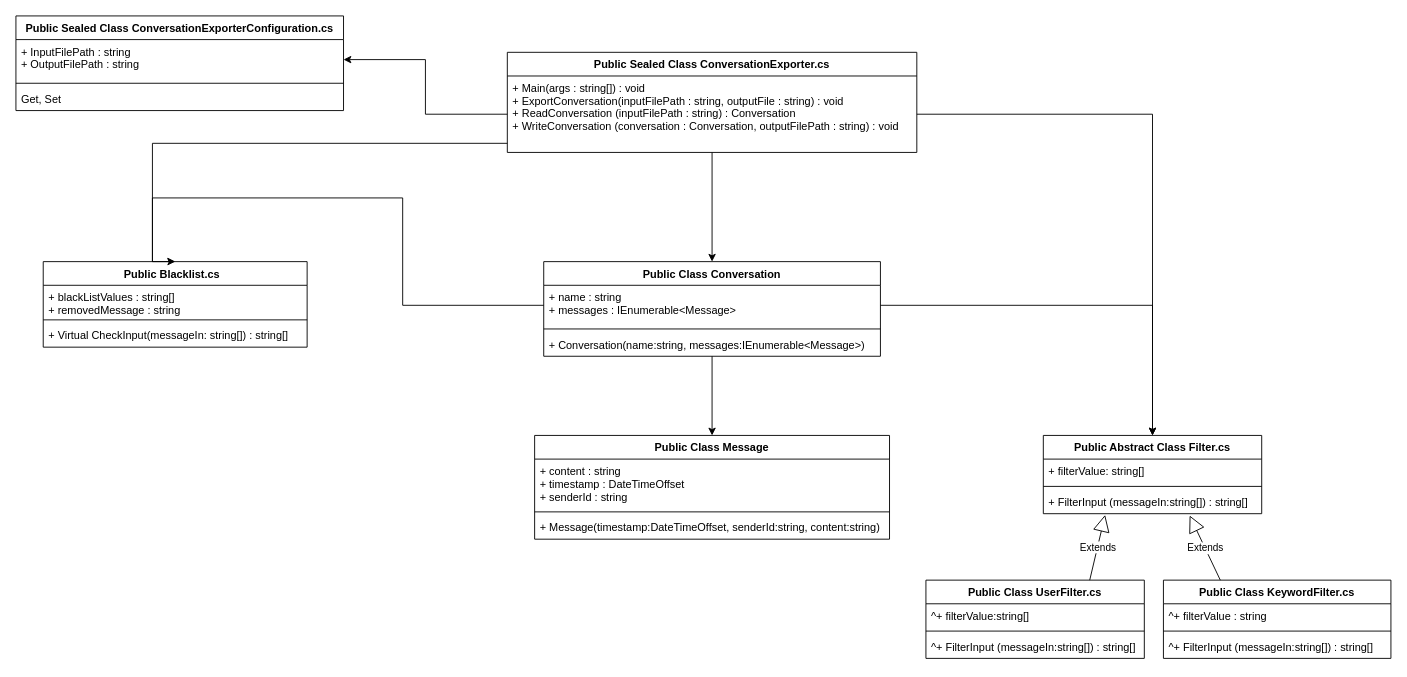
The draw.io diagram Untitled Diagram.drawio in mindlink/my-chat-dotnet, before the edit. Source tidied: cells renumbered, new cells numbered last; positions are measured from the earlier drawing's top-left corner, leaving out a move shared by most shapes. Both pictures are drawn from the tidied source at 91%, with x=0, y=0 at pixel (15, 15).
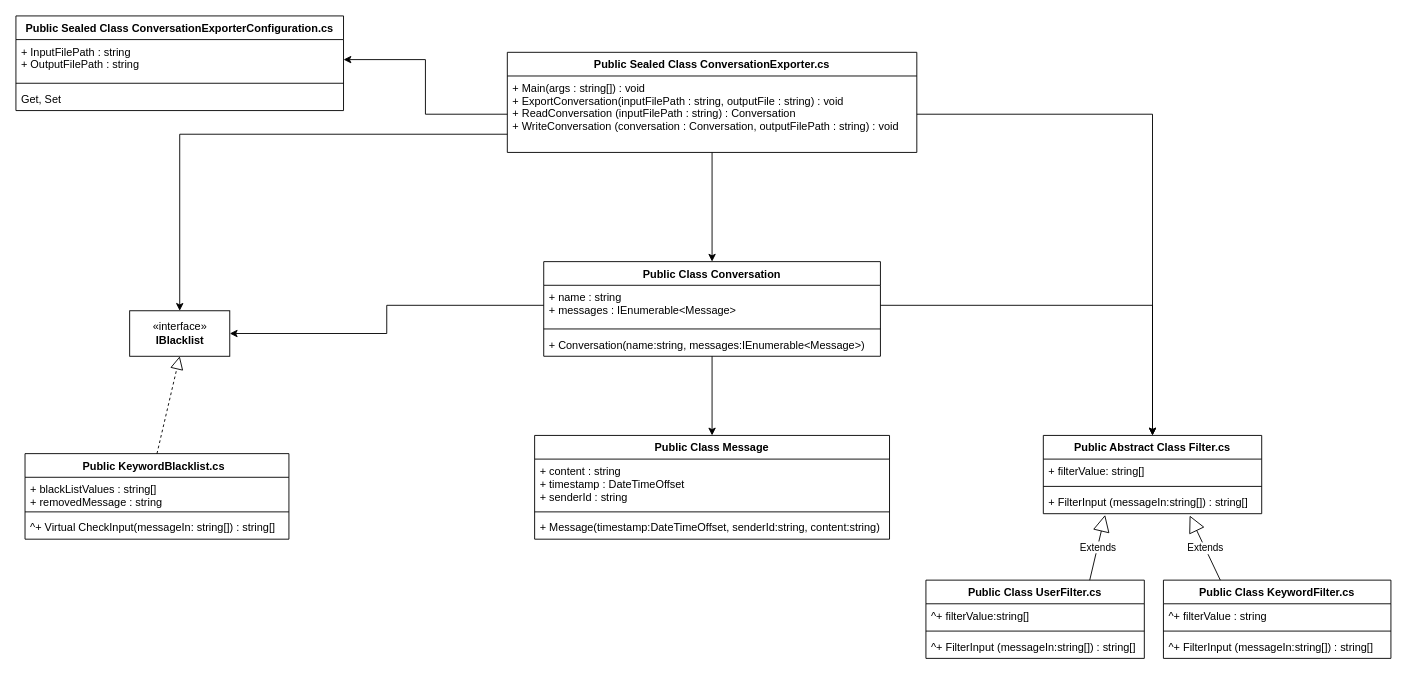
The same diagram, later.

The change refers to these unchanged cells:
```xml
<mxCell id="8" value="Public Sealed Class ConversationExporter.cs" style="swimlane;fontStyle=1;align=center;verticalAlign=top;horizontal=1;startSize=26;" parent="1" vertex="1">
  <mxGeometry x="540" y="40" width="450" height="110" as="geometry" />
</mxCell>
<mxCell id="11" value="+ name : string&#10;+ messages : IEnumerable&lt;Message&gt;" style="text;strokeColor=none;fillColor=none;align=left;verticalAlign=top;spacingLeft=4;spacingRight=4;overflow=hidden;points=[[0,0.5],[1,0.5]];portConstraint=eastwest;" parent="10" vertex="1">
  <mxGeometry y="26" width="370" height="44" as="geometry" />
</mxCell>
<mxCell id="20" value="+ Main(args : string[]) : void&#10;+ ExportConversation(inputFilePath : string, outputFile : string) : void&#10;+ ReadConversation (inputFilePath : string) : Conversation&#10;+ WriteConversation (conversation : Conversation, outputFilePath : string) : void" style="text;strokeColor=none;fillColor=none;align=left;verticalAlign=top;spacingLeft=4;spacingRight=4;overflow=hidden;points=[[0,0.5],[1,0.5]];portConstraint=eastwest;" parent="1" vertex="1">
  <mxGeometry x="540" y="66" width="450" height="84" as="geometry" />
</mxCell>
```

What changed in the source:
```diff
@@
-    <mxCell id="7" style="edgeStyle=orthogonalEdgeStyle;rounded=0;jettySize=auto;html=1;entryX=0.5;entryY=0;entryDx=0;entryDy=0;" parent="1" edge="1" source="8" target="36">
-      <mxGeometry relative="1" as="geometry">
-        <Array as="points">
-          <mxPoint x="150" y="140" />
-        </Array>
-      </mxGeometry>
-    </mxCell>
@@
+    <mxCell id="41" style="edgeStyle=orthogonalEdgeStyle;rounded=0;jettySize=auto;html=1;entryX=0.5;entryY=0;entryDx=0;entryDy=0;" parent="1" edge="1" source="20" target="42">
+      <mxGeometry relative="1" as="geometry">
+        <Array as="points">
+          <mxPoint x="180" y="130" />
+        </Array>
+      </mxGeometry>
+    </mxCell>
@@
-    <mxCell id="36" value="Public Blacklist.cs  " style="swimlane;fontStyle=1;align=center;verticalAlign=top;horizontal=1;startSize=26;" parent="1" vertex="1">
-      <mxGeometry x="30" y="270" width="290" height="94" as="geometry" />
+    <mxCell id="36" value="Public KeywordBlacklist.cs  " style="swimlane;fontStyle=1;align=center;verticalAlign=top;horizontal=1;startSize=26;" parent="1" vertex="1">
+      <mxGeometry x="10" y="481" width="290" height="94" as="geometry" />
     </mxCell>
@@
-    <mxCell id="39" value="+ Virtual CheckInput(messageIn: string[]) : string[]" style="text;strokeColor=none;fillColor=none;align=left;verticalAlign=top;spacingLeft=4;spacingRight=4;overflow=hidden;" parent="36" vertex="1">
+    <mxCell id="39" value="^+ Virtual CheckInput(messageIn: string[]) : string[]" style="text;strokeColor=none;fillColor=none;align=left;verticalAlign=top;spacingLeft=4;spacingRight=4;overflow=hidden;" parent="36" vertex="1">
       <mxGeometry y="68" width="290" height="26" as="geometry" />
     </mxCell>
-    <mxCell id="40" style="edgeStyle=orthogonalEdgeStyle;rounded=0;jettySize=auto;html=1;entryX=0.5;entryY=0;entryDx=0;entryDy=0;" parent="1" edge="1" source="11" target="36">
-      <mxGeometry relative="1" as="geometry">
-        <Array as="points">
-          <mxPoint x="425" y="318" />
-          <mxPoint x="425" y="200" />
-          <mxPoint x="150" y="200" />
-        </Array>
-      </mxGeometry>
-    </mxCell>
+    <mxCell id="42" value="«interface»&lt;br&gt;&lt;b&gt;IBlacklist&lt;/b&gt;" style="html=1;" parent="1" vertex="1">
+      <mxGeometry x="125" y="324" width="110" height="50" as="geometry" />
+    </mxCell>
+    <mxCell id="43" style="edgeStyle=orthogonalEdgeStyle;rounded=0;jettySize=auto;html=1;entryX=1;entryY=0.5;entryDx=0;entryDy=0;" parent="1" edge="1" source="11" target="42">
+      <mxGeometry relative="1" as="geometry" />
+    </mxCell>
+    <mxCell id="44" style="endArrow=block;dashed=1;endFill=0;endSize=12;html=1;entryX=0.5;entryY=1;entryDx=0;entryDy=0;exitX=0.5;exitY=0;exitDx=0;exitDy=0;" parent="1" edge="1" source="36" target="42">
+      <mxGeometry relative="1" as="geometry" />
+    </mxCell>
```
